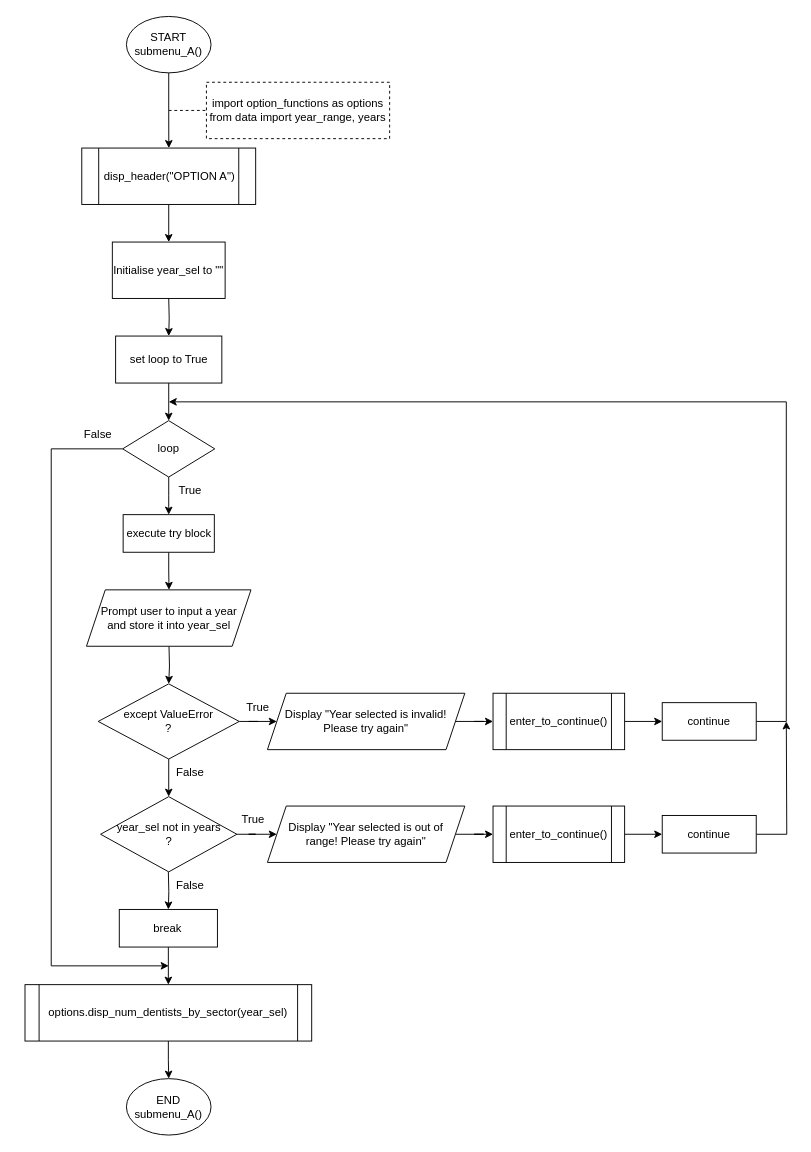
Earlier version of the draw.io diagram Flow Charts/submenu_A.drawio (SNGTech/CPPSProject). Source tidied: cells renumbered, new cells numbered last; positions are measured from the earlier drawing's top-left corner, leaving out a move shared by most shapes. Both pictures are drawn from the tidied source at 94%, with x=0, y=0 at pixel (24, 16).
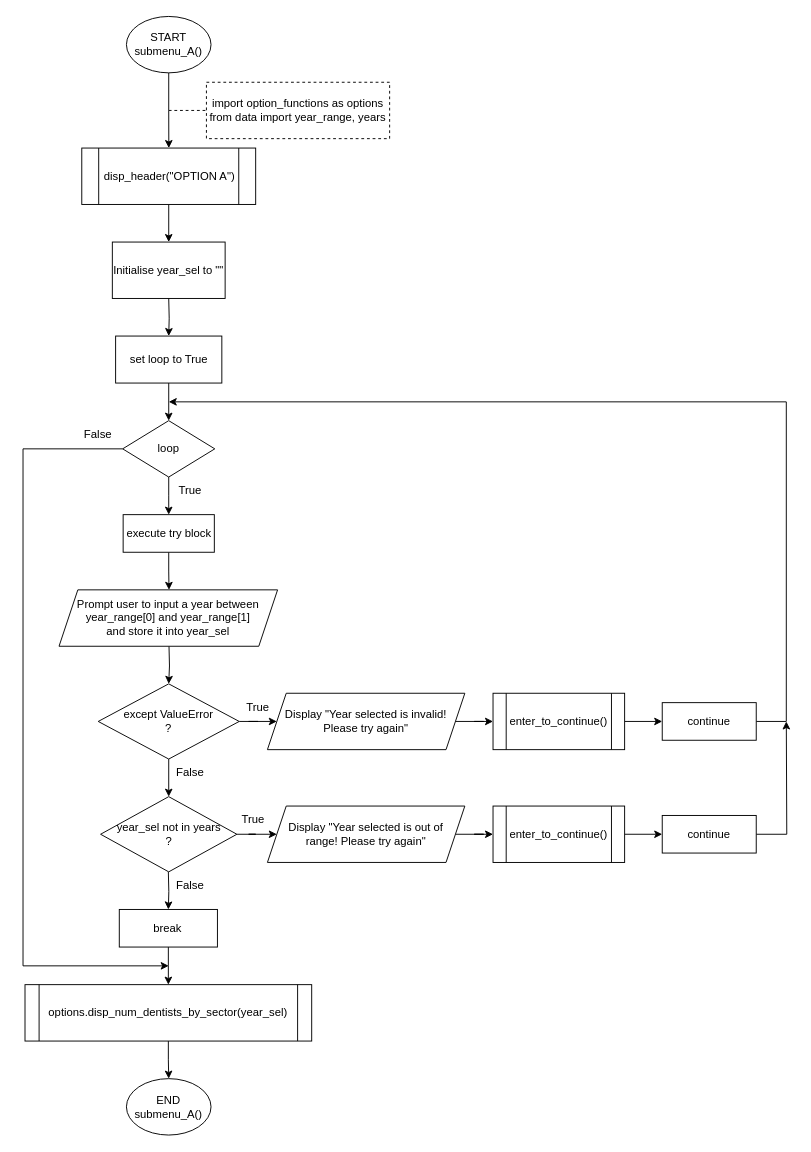
The same diagram, later.

The change refers to these unchanged cells:
```xml
<mxCell id="14" value="loop" style="rhombus;whiteSpace=wrap;html=1;rounded=0;" parent="1" vertex="1">
  <mxGeometry x="104" y="430" width="98" height="60" as="geometry" />
</mxCell>
```

What changed in the source:
```diff
@@
     <mxCell id="13" style="edgeStyle=orthogonalEdgeStyle;rounded=0;jettySize=auto;html=1;exitX=0;exitY=0.5;exitDx=0;exitDy=0;" parent="1" edge="1" source="14">
       <mxGeometry relative="1" as="geometry">
         <mxPoint x="153" y="1010" as="targetPoint" />
         <Array as="points">
-          <mxPoint x="28" y="460" />
+          <mxPoint x="-2" y="460" />
+          <mxPoint x="-2" y="1010" />
         </Array>
       </mxGeometry>
     </mxCell>
@@
-    <mxCell id="23" value="Prompt user to input a year&lt;br&gt;and store it into year_sel" style="shape=parallelogram;perimeter=parallelogramPerimeter;whiteSpace=wrap;html=1;fixedSize=1;" parent="1" vertex="1">
-      <mxGeometry x="65.5" y="610" width="175" height="60" as="geometry" />
+    <mxCell id="23" value="Prompt user to input a year between year_range[0] and year_range[1]&lt;br&gt;and store it into year_sel" style="shape=parallelogram;perimeter=parallelogramPerimeter;whiteSpace=wrap;html=1;fixedSize=1;" parent="1" vertex="1">
+      <mxGeometry x="36.3" y="610" width="232.5" height="60" as="geometry" />
     </mxCell>
```
